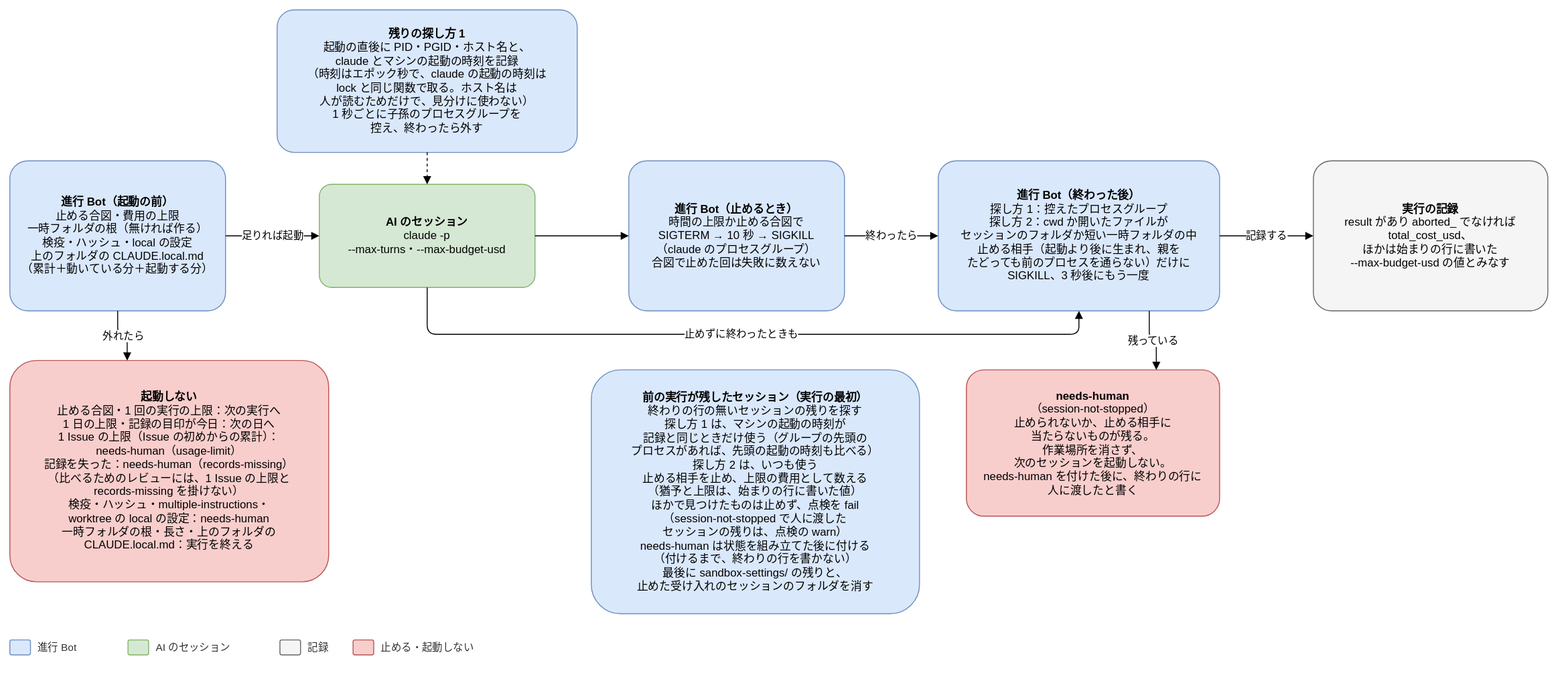
Before: docs/design/basic/diagrams/03-stop-and-usage.drawio.svg, a diagram exported from draw.io (Joymerrevent/dev-autopilot). Source tidied: cells renumbered, new cells last; positions are measured from the earlier drawing's top-left corner, leaving out a move shared by most shapes.
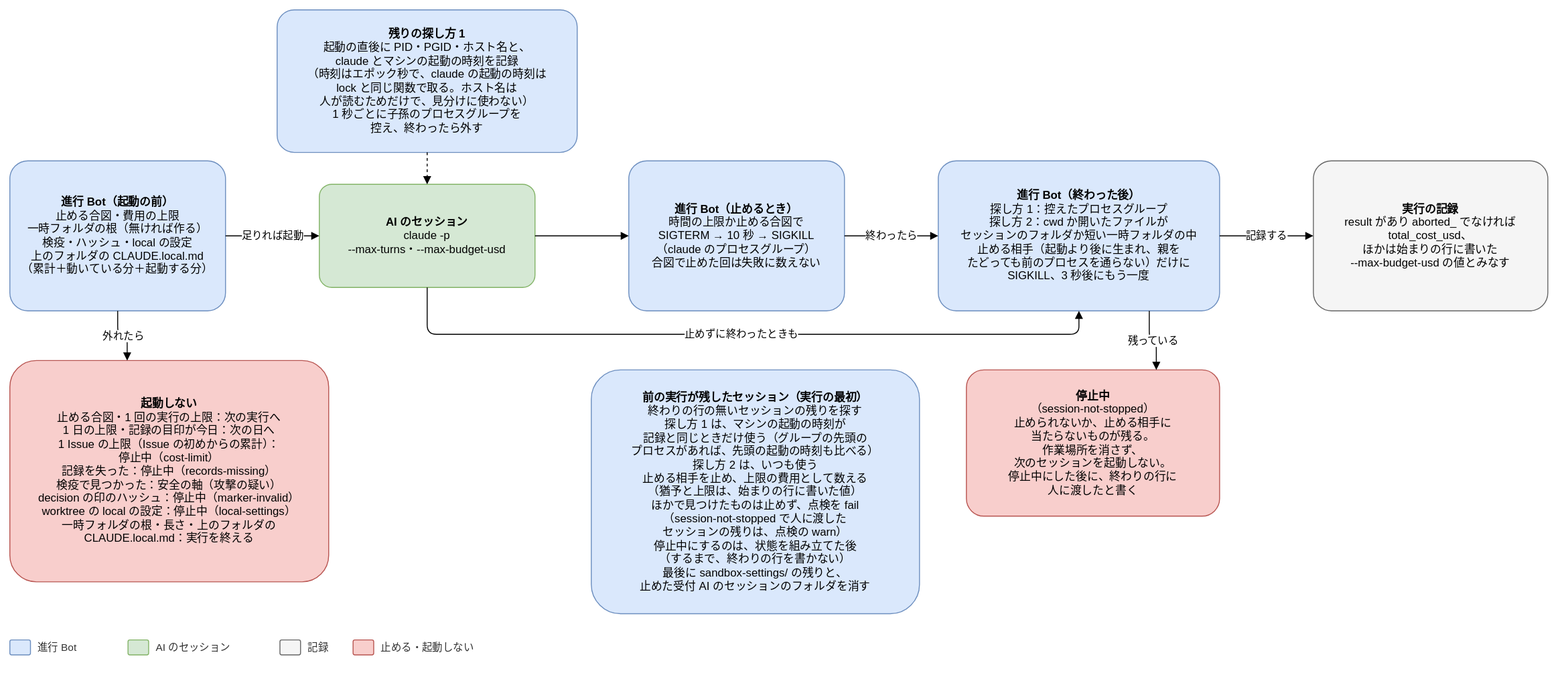
Above is the later version.

Commit message:
docs(design): 基本設計 03 の止め方とレビューの軸の図を作業の単位の模型に合わせる

- 03-review-axes：見落としの軸の記録だけの箱を外し、見落としの軸から批評 AI へ
  4 つの軸の 🔴 🟡 を渡す形にする。2 行のラベルを線から離す
- 03-stop-and-usage：起動しないときと止められないときの箱を、停止中の記号と
  安全の軸に直し、比べるためのレビューの扱いを外す

The edit, as a diff of the source:
```diff
@@ -43,13 +43,13 @@
     <mxCell id="13" value="記録する" style="edgeStyle=orthogonalEdgeStyle;rounded=1;html=1;endArrow=block;endFill=1;fontSize=11;labelBackgroundColor=#ffffff;exitX=1;exitY=0.5;exitDx=0;exitDy=0;entryX=0;entryY=0.5;entryDx=0;entryDy=0;" parent="1" edge="1" source="9" target="12">
       <mxGeometry relative="1" as="geometry" />
     </mxCell>
-    <mxCell id="14" value="&lt;b&gt;needs-human&lt;/b&gt;&lt;br&gt;（session-not-stopped）&lt;br&gt;止められないか、止める相手に&lt;br&gt;当たらないものが残る。&lt;br&gt;作業場所を消さず、&lt;br&gt;次のセッションを起動しない。&lt;br&gt;needs-human を付けた後に、終わりの行に&lt;br&gt;人に渡したと書く" style="rounded=1;whiteSpace=wrap;html=1;fontSize=12;arcSize=12;spacing=12;fillColor=#f8cecc;strokeColor=#b85450;" parent="1" vertex="1">
+    <mxCell id="14" value="&lt;b&gt;停止中&lt;/b&gt;&lt;br&gt;（session-not-stopped）&lt;br&gt;止められないか、止める相手に&lt;br&gt;当たらないものが残る。&lt;br&gt;作業場所を消さず、&lt;br&gt;次のセッションを起動しない。&lt;br&gt;停止中にした後に、終わりの行に&lt;br&gt;人に渡したと書く" style="rounded=1;whiteSpace=wrap;html=1;fontSize=12;arcSize=12;spacing=12;fillColor=#f8cecc;strokeColor=#b85450;" parent="1" vertex="1">
       <mxGeometry x="1020" y="384" width="270" height="156" as="geometry" />
     </mxCell>
     <mxCell id="15" value="残っている" style="edgeStyle=orthogonalEdgeStyle;rounded=1;html=1;endArrow=block;endFill=1;fontSize=11;labelBackgroundColor=#ffffff;exitX=0.75;exitY=1;exitDx=0;exitDy=0;entryX=0.75;entryY=0;entryDx=0;entryDy=0;" parent="1" edge="1" source="9" target="14">
       <mxGeometry relative="1" as="geometry" />
     </mxCell>
-    <mxCell id="16" value="&lt;b&gt;起動しない&lt;/b&gt;&lt;br&gt;止める合図・1 回の実行の上限：次の実行へ&lt;br&gt;1 日の上限・記録の目印が今日：次の日へ&lt;br&gt;1 Issue の上限（Issue の初めからの累計）：&lt;br&gt;needs-human（usage-limit）&lt;br&gt;記録を失った：needs-human（records-missing）&lt;br&gt;（比べるためのレビューには、1 Issue の上限と&lt;br&gt;records-missing を掛けない）&lt;br&gt;検疫・ハッシュ・multiple-instructions・&lt;br&gt;worktree の local の設定：needs-human&lt;br&gt;一時フォルダの根・長さ・上のフォルダの&lt;br&gt;CLAUDE.local.md：実行を終える" style="rounded=1;whiteSpace=wrap;html=1;fontSize=12;arcSize=12;spacing=12;fillColor=#f8cecc;strokeColor=#b85450;" parent="1" vertex="1">
+    <mxCell id="16" value="&lt;b&gt;起動しない&lt;/b&gt;&lt;br&gt;止める合図・1 回の実行の上限：次の実行へ&lt;br&gt;1 日の上限・記録の目印が今日：次の日へ&lt;br&gt;1 Issue の上限（Issue の初めからの累計）：&lt;br&gt;停止中（cost-limit）&lt;br&gt;記録を失った：停止中（records-missing）&lt;br&gt;検疫で見つかった：安全の軸（攻撃の疑い）&lt;br&gt;decision の印のハッシュ：停止中（marker-invalid）&lt;br&gt;worktree の local の設定：停止中（local-settings）&lt;br&gt;一時フォルダの根・長さ・上のフォルダの&lt;br&gt;CLAUDE.local.md：実行を終える" style="rounded=1;whiteSpace=wrap;html=1;fontSize=12;arcSize=12;spacing=12;fillColor=#f8cecc;strokeColor=#b85450;" parent="1" vertex="1">
       <mxGeometry y="374" width="340" height="236" as="geometry" />
     </mxCell>
     <mxCell id="17" value="外れたら" style="edgeStyle=orthogonalEdgeStyle;rounded=1;html=1;endArrow=block;endFill=1;fontSize=11;labelBackgroundColor=#ffffff;exitX=0.5;exitY=1;exitDx=0;exitDy=0;entryX=0.368;entryY=0;entryDx=0;entryDy=0;" parent="1" edge="1" source="2" target="16">
@@ -79,7 +79,7 @@
     <mxCell id="25" value="止める・起動しない" style="text;html=1;align=left;verticalAlign=middle;fontSize=11;fontColor=#333333;" parent="1" vertex="1">
       <mxGeometry x="394" y="670" width="118" height="20" as="geometry" />
     </mxCell>
-    <mxCell id="26" value="&lt;b&gt;前の実行が残したセッション（実行の最初）&lt;/b&gt;&lt;br&gt;終わりの行の無いセッションの残りを探す&lt;br&gt;探し方 1 は、マシンの起動の時刻が&lt;br&gt;記録と同じときだけ使う（グループの先頭の&lt;br&gt;プロセスがあれば、先頭の起動の時刻も比べる）&lt;br&gt;探し方 2 は、いつも使う&lt;br&gt;止める相手を止め、上限の費用として数える&lt;br&gt;（猶予と上限は、始まりの行に書いた値）&lt;br&gt;ほかで見つけたものは止めず、点検を fail&lt;br&gt;（session-not-stopped で人に渡した&lt;br&gt;セッションの残りは、点検の warn）&lt;br&gt;needs-human は状態を組み立てた後に付ける&lt;br&gt;（付けるまで、終わりの行を書かない）&lt;br&gt;最後に sandbox-settings/ の残りと、&lt;br&gt;止めた受け入れのセッションのフォルダを消す" style="rounded=1;whiteSpace=wrap;html=1;fontSize=12;arcSize=12;spacing=12;fillColor=#dae8fc;strokeColor=#6c8ebf;" parent="1" vertex="1">
+    <mxCell id="26" value="&lt;b&gt;前の実行が残したセッション（実行の最初）&lt;/b&gt;&lt;br&gt;終わりの行の無いセッションの残りを探す&lt;br&gt;探し方 1 は、マシンの起動の時刻が&lt;br&gt;記録と同じときだけ使う（グループの先頭の&lt;br&gt;プロセスがあれば、先頭の起動の時刻も比べる）&lt;br&gt;探し方 2 は、いつも使う&lt;br&gt;止める相手を止め、上限の費用として数える&lt;br&gt;（猶予と上限は、始まりの行に書いた値）&lt;br&gt;ほかで見つけたものは止めず、点検を fail&lt;br&gt;（session-not-stopped で人に渡した&lt;br&gt;セッションの残りは、点検の warn）&lt;br&gt;停止中にするのは、状態を組み立てた後&lt;br&gt;（するまで、終わりの行を書かない）&lt;br&gt;最後に sandbox-settings/ の残りと、&lt;br&gt;止めた受付 AI のセッションのフォルダを消す" style="rounded=1;whiteSpace=wrap;html=1;fontSize=12;arcSize=12;spacing=12;fillColor=#dae8fc;strokeColor=#6c8ebf;" parent="1" vertex="1">
       <mxGeometry x="620" y="384" width="350" height="260" as="geometry" />
     </mxCell>
   </root>
```
